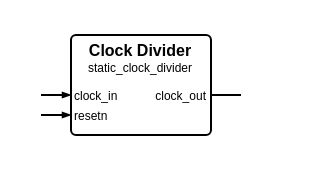
Above: sources/clock/static_clock_divider/static_clock_divider.symbol.drawio in Louis-DR/OmniCores-BuildingBlocks (draw.io), before the change. Source tidied: cells renumbered, new cells numbered last; positions are measured from the earlier drawing's top-left corner, leaving out a move shared by most shapes. Both pictures are drawn from the tidied source at 200%, with x=0, y=0 at pixel (40, 34).
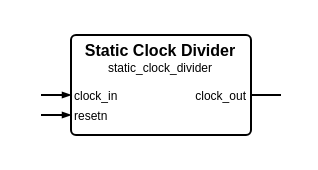
After the change.

What changed in the source:
```diff
@@
 <mxGraphModel>
   <root>
     <mxCell id="0" />
     <mxCell id="1" parent="0" />
     <mxCell id="2" style="group;" parent="1" vertex="1">
-      <mxGeometry width="100" height="50" as="geometry" />
+      <mxGeometry width="120" height="50" as="geometry" />
     </mxCell>
     <mxCell id="3" style="rounded=1;arcSize=5;fillColor=none;strokeWidth=1;strokeColor=black;whiteSpace=wrap;html=1;" parent="2" vertex="1">
-      <mxGeometry x="15" width="70" height="50" as="geometry" />
+      <mxGeometry x="15" width="90" height="50" as="geometry" />
     </mxCell>
-    <mxCell id="4" value="Clock Divider" style="text;html=1;align=center;verticalAlign=middle;whiteSpace=wrap;rounded=0;fontSize=8;fontStyle=1;fontColor=black;" parent="2" vertex="1">
-      <mxGeometry x="15" y="7" width="70" as="geometry" />
+    <mxCell id="4" value="Static Clock Divider" style="text;html=1;align=center;verticalAlign=middle;whiteSpace=wrap;rounded=0;fontSize=8;fontStyle=1;fontColor=black;" parent="2" vertex="1">
+      <mxGeometry x="15" y="7" width="90" as="geometry" />
     </mxCell>
     <mxCell id="5" value="static_clock_divider" style="text;html=1;align=center;verticalAlign=middle;whiteSpace=wrap;rounded=0;fontSize=6;fontStyle=0;fontColor=black;" parent="2" vertex="1">
-      <mxGeometry x="15" y="16" width="70" as="geometry" />
+      <mxGeometry x="15" y="16" width="90" as="geometry" />
     </mxCell>
     <mxCell id="6" value="clock_in" style="text;html=1;align=left;verticalAlign=middle;whiteSpace=wrap;rounded=0;fontSize=6;fontStyle=0;fontColor=black;" parent="2" vertex="1">
-      <mxGeometry x="15" y="30" width="70" as="geometry" />
+      <mxGeometry x="15" y="30" width="90" as="geometry" />
     </mxCell>
     <mxCell id="7" style="html=1;rounded=1;strokeWidth=1;strokeColor=black;startFill=0;startSize=2;startArrow=none;endFill=1;endSize=2;endArrow=blockThin;sourcePerimeterSpacing=0;" parent="2" edge="1">
       <mxGeometry relative="1" as="geometry">
         <mxPoint y="30" as="sourcePoint" />
         <mxPoint x="15" y="30" as="targetPoint" />
       </mxGeometry>
     </mxCell>
     <mxCell id="8" value="clock_out" style="text;html=1;align=right;verticalAlign=middle;whiteSpace=wrap;rounded=0;fontSize=6;fontStyle=0;fontColor=black;" parent="2" vertex="1">
-      <mxGeometry x="15" y="30" width="70" as="geometry" />
+      <mxGeometry x="15" y="30" width="90" as="geometry" />
     </mxCell>
     <mxCell id="9" style="html=1;rounded=1;strokeWidth=1;strokeColor=black;startFill=0;startSize=2;startArrow=none;endFill=1;endSize=2;endArrow=none;sourcePerimeterSpacing=0;" parent="2" edge="1">
       <mxGeometry relative="1" as="geometry">
-        <mxPoint x="100" y="30" as="sourcePoint" />
-        <mxPoint x="85" y="30" as="targetPoint" />
+        <mxPoint x="120" y="30" as="sourcePoint" />
+        <mxPoint x="105" y="30" as="targetPoint" />
       </mxGeometry>
     </mxCell>
     <mxCell id="10" value="resetn" style="text;html=1;align=left;verticalAlign=middle;whiteSpace=wrap;rounded=0;fontSize=6;fontStyle=0;fontColor=black;" parent="2" vertex="1">
-      <mxGeometry x="15" y="40" width="70" as="geometry" />
+      <mxGeometry x="15" y="40" width="90" as="geometry" />
     </mxCell>
     <mxCell id="11" style="html=1;rounded=1;strokeWidth=1;strokeColor=black;startFill=0;startSize=2;startArrow=none;endFill=1;endSize=2;endArrow=blockThin;sourcePerimeterSpacing=0;" parent="2" edge="1">
       <mxGeometry relative="1" as="geometry">
         <mxPoint y="40" as="sourcePoint" />
         <mxPoint x="15" y="40" as="targetPoint" />
       </mxGeometry>
     </mxCell>
   </root>
 </mxGraphModel>
```
